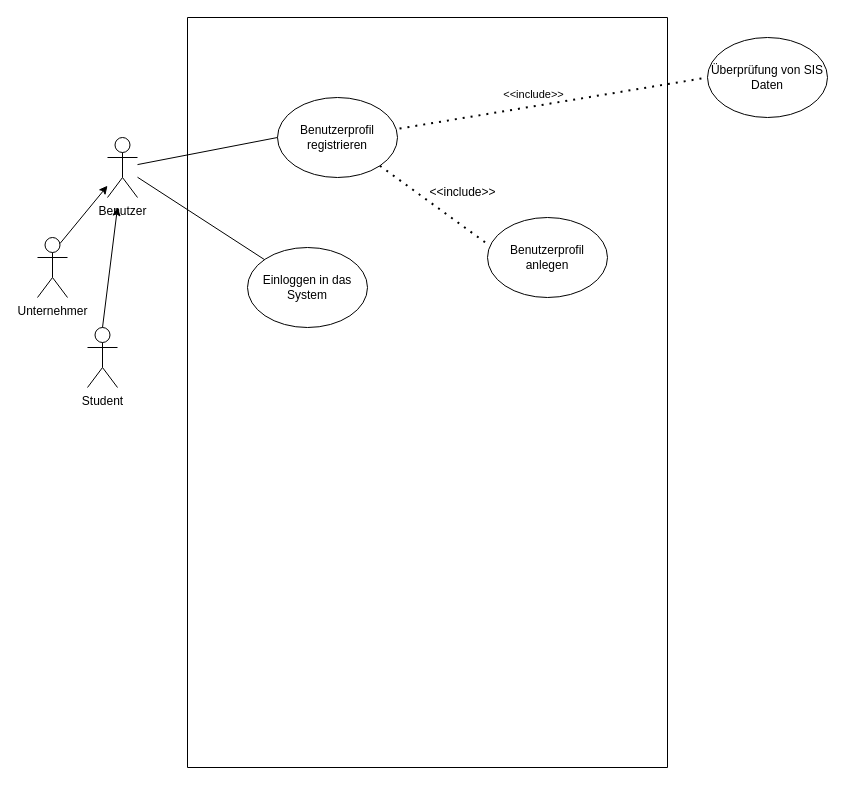
dhefel2s/Hbrs keeps this draw.io diagram as Use case.drawio. Above is the earlier version. Source tidied: cells renumbered, new cells numbered last; positions are measured from the earlier drawing's top-left corner, leaving out a move shared by most shapes. Both pictures are drawn from the tidied source at 100%, with x=0, y=0 at pixel (37, 17).
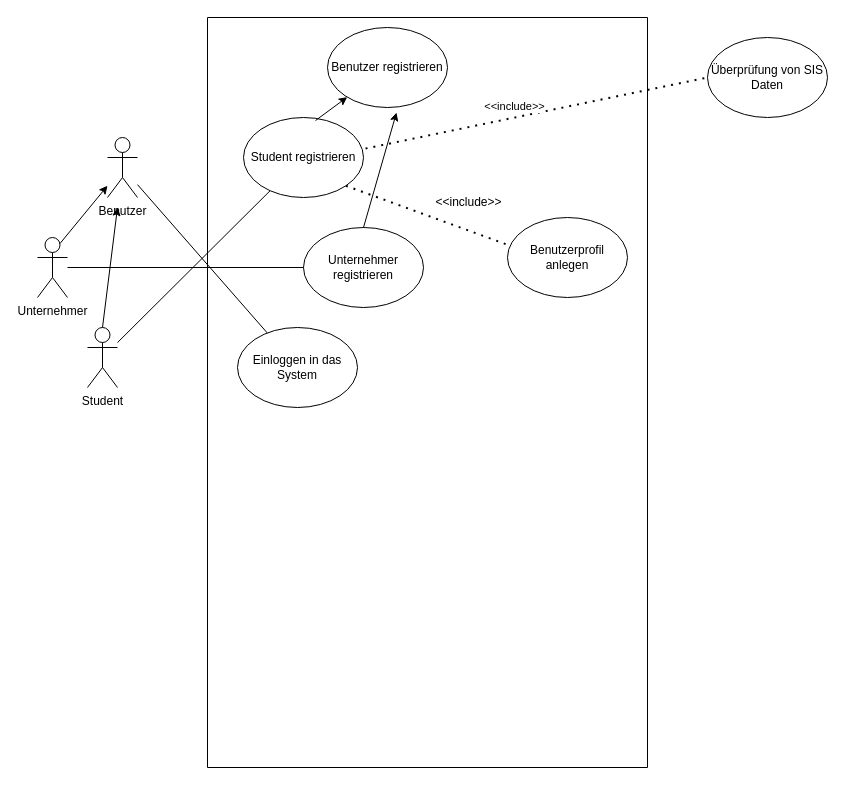
Above is the later version.

The change refers to these unchanged cells:
```xml
<mxCell id="2" value="Student" style="shape=umlActor;verticalLabelPosition=bottom;verticalAlign=top;html=1;outlineConnect=0;" parent="1" vertex="1">
  <mxGeometry x="50" y="310" width="30" height="60" as="geometry" />
</mxCell>
<mxCell id="3" value="Benutzer" style="shape=umlActor;verticalLabelPosition=bottom;verticalAlign=top;html=1;outlineConnect=0;" parent="1" vertex="1">
  <mxGeometry x="70" y="120" width="30" height="60" as="geometry" />
</mxCell>
<mxCell id="4" value="Unternehmer" style="shape=umlActor;verticalLabelPosition=bottom;verticalAlign=top;html=1;outlineConnect=0;" parent="1" vertex="1">
  <mxGeometry y="220" width="30" height="60" as="geometry" />
</mxCell>
<mxCell id="16" value="Benutzerprofil anlegen" style="ellipse;whiteSpace=wrap;html=1;" parent="15" vertex="1">
  <mxGeometry x="300" y="200" width="120" height="80" as="geometry" />
</mxCell>
```

What changed in the source:
```diff
@@
-    <mxCell id="7" value="Benutzerprofil registrieren" style="ellipse;whiteSpace=wrap;html=1;" parent="1" vertex="1">
-      <mxGeometry x="240" y="80" width="120" height="80" as="geometry" />
-    </mxCell>
-    <mxCell id="8" style="endArrow=none;html=1;rounded=0;entryX=0;entryY=0.5;entryDx=0;entryDy=0;" parent="1" edge="1" source="3" target="7">
-      <mxGeometry relative="1" as="geometry" />
-    </mxCell>
@@
-    <mxCell id="12" style="endArrow=none;dashed=1;html=1;dashPattern=1 3;strokeWidth=2;rounded=0;exitX=1;exitY=1;exitDx=0;exitDy=0;entryX=0.017;entryY=0.35;entryDx=0;entryDy=0;entryPerimeter=0;" parent="1" edge="1" source="7" target="16">
-      <mxGeometry relative="1" as="geometry" />
-    </mxCell>
-    <mxCell id="13" value="Einloggen in das System" style="ellipse;whiteSpace=wrap;html=1;" parent="1" vertex="1">
-      <mxGeometry x="210" y="230" width="120" height="80" as="geometry" />
-    </mxCell>
@@
     <mxCell id="15" style="swimlane;startSize=0;" parent="1" vertex="1">
-      <mxGeometry x="150" width="480" height="750" as="geometry" />
+      <mxGeometry x="170" width="440" height="750" as="geometry" />
     </mxCell>
@@
     <mxCell id="17" value="&amp;lt;&amp;lt;include&amp;gt;&amp;gt;" style="text;html=1;align=center;verticalAlign=middle;strokeColor=none;fillColor=none;" parent="15" vertex="1">
-      <mxGeometry x="230" y="160" width="90" height="30" as="geometry" />
+      <mxGeometry x="216" y="170" width="90" height="30" as="geometry" />
     </mxCell>
+    <mxCell id="7" value="Student registrieren" style="ellipse;whiteSpace=wrap;html=1;" parent="15" vertex="1">
+      <mxGeometry x="36" y="100" width="120" height="80" as="geometry" />
+    </mxCell>
+    <mxCell id="12" style="endArrow=none;dashed=1;html=1;dashPattern=1 3;strokeWidth=2;rounded=0;exitX=1;exitY=1;exitDx=0;exitDy=0;entryX=0.017;entryY=0.35;entryDx=0;entryDy=0;entryPerimeter=0;" parent="15" edge="1" source="7" target="16">
+      <mxGeometry relative="1" as="geometry" />
+    </mxCell>
+    <mxCell id="18" value="Unternehmer registrieren" style="ellipse;whiteSpace=wrap;html=1;" parent="15" vertex="1">
+      <mxGeometry x="96" y="210" width="120" height="80" as="geometry" />
+    </mxCell>
+    <mxCell id="13" value="Einloggen in das System" style="ellipse;whiteSpace=wrap;html=1;" parent="15" vertex="1">
+      <mxGeometry x="30" y="310" width="120" height="80" as="geometry" />
+    </mxCell>
+    <mxCell id="19" value="Benutzer registrieren" style="ellipse;whiteSpace=wrap;html=1;" parent="15" vertex="1">
+      <mxGeometry x="120" y="10" width="120" height="80" as="geometry" />
+    </mxCell>
+    <mxCell id="20" style="endArrow=classic;html=1;rounded=0;exitX=0.6;exitY=0.038;exitDx=0;exitDy=0;exitPerimeter=0;" parent="15" edge="1" source="7" target="19">
+      <mxGeometry relative="1" as="geometry" />
+    </mxCell>
+    <mxCell id="21" style="endArrow=classic;html=1;rounded=0;exitX=0.5;exitY=0;exitDx=0;exitDy=0;entryX=0.575;entryY=1.063;entryDx=0;entryDy=0;entryPerimeter=0;" parent="15" edge="1" source="18" target="19">
+      <mxGeometry relative="1" as="geometry" />
+    </mxCell>
+    <mxCell id="22" style="endArrow=none;html=1;rounded=0;" parent="1" edge="1" source="2" target="7">
+      <mxGeometry relative="1" as="geometry" />
+    </mxCell>
+    <mxCell id="23" style="endArrow=none;html=1;rounded=0;entryX=0;entryY=0.5;entryDx=0;entryDy=0;" parent="1" edge="1" source="4" target="18">
+      <mxGeometry relative="1" as="geometry" />
+    </mxCell>
```
